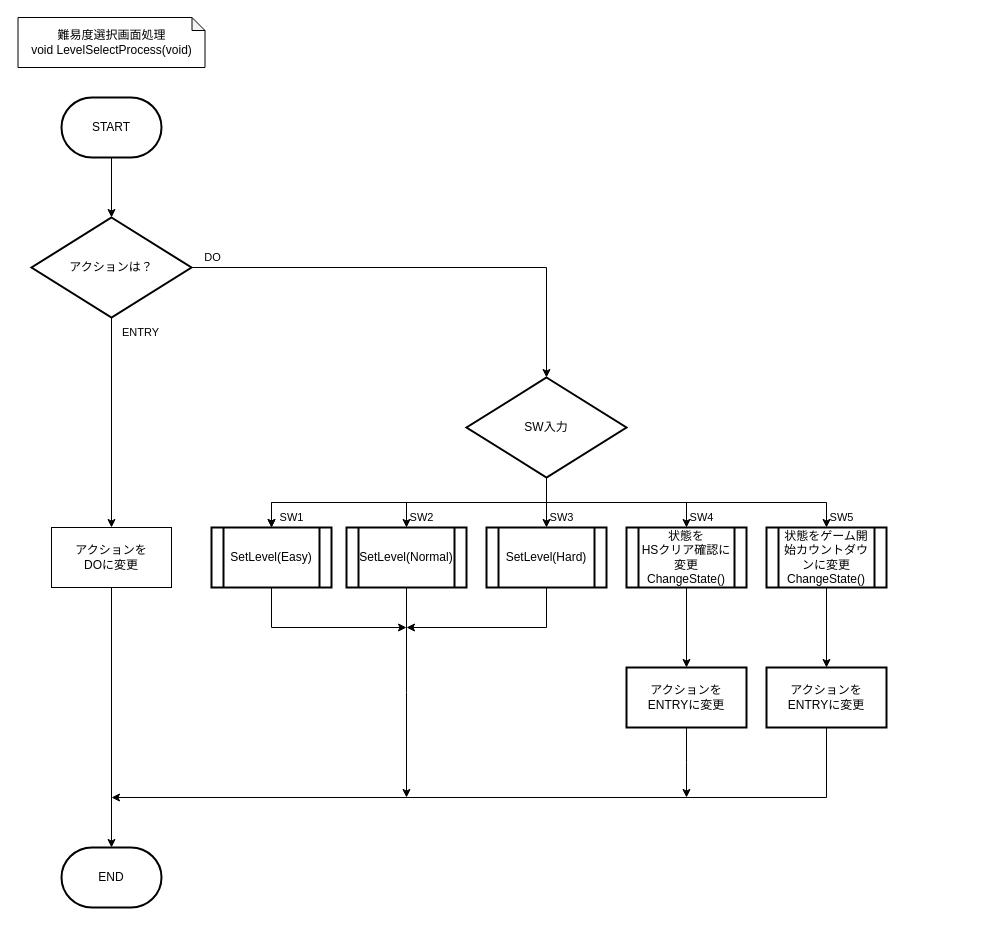
Above: page "難易度選択画面" (3 of 9) of 資料/設計書/フローチャート/モグラ叩き_フローチャート_ゲーム前.drawio in hakohumi/comp.train.whack-a-mole (draw.io), before the change. Source tidied: cells renumbered, new cells numbered last; positions are measured from the earlier drawing's top-left corner, leaving out a move shared by most shapes. Both pictures are drawn from the tidied source at 100%, with x=0, y=0 at pixel (18, 17).
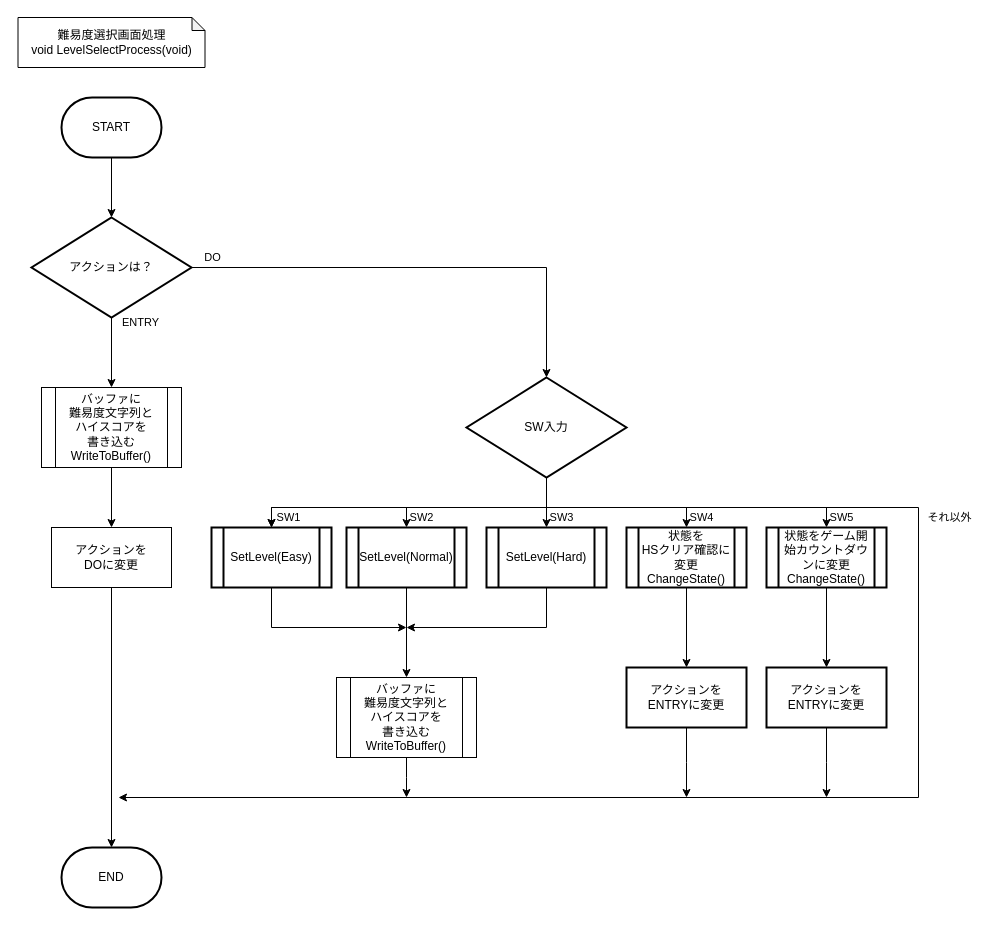
The same diagram, later.

The change refers to these unchanged cells:
```xml
<mxCell id="8" value="SW入力" style="strokeWidth=2;html=1;shape=mxgraph.flowchart.decision;whiteSpace=wrap;" parent="1" vertex="1">
  <mxGeometry x="448" y="360" width="160" height="100" as="geometry" />
</mxCell>
<mxCell id="10" value="SetLevel(Easy)" style="shape=process;whiteSpace=wrap;html=1;backgroundOutline=1;strokeWidth=2;" parent="1" vertex="1">
  <mxGeometry x="193" y="510" width="120" height="60" as="geometry" />
</mxCell>
<mxCell id="12" value="SetLevel(Normal)" style="shape=process;whiteSpace=wrap;html=1;backgroundOutline=1;strokeWidth=2;" parent="1" vertex="1">
  <mxGeometry x="328" y="510" width="120" height="60" as="geometry" />
</mxCell>
<mxCell id="16" value="状態を&lt;br&gt;HSクリア確認に変更&lt;br&gt;ChangeState()" style="shape=process;whiteSpace=wrap;html=1;backgroundOutline=1;strokeWidth=2;" parent="1" vertex="1">
  <mxGeometry x="608" y="510" width="120" height="60" as="geometry" />
</mxCell>
<mxCell id="18" value="状態をゲーム開始カウントダウンに変更&lt;br&gt;ChangeState()" style="shape=process;whiteSpace=wrap;html=1;backgroundOutline=1;strokeWidth=2;" parent="1" vertex="1">
  <mxGeometry x="748" y="510" width="120" height="60" as="geometry" />
</mxCell>
<mxCell id="23" value="アクションは？" style="strokeWidth=2;html=1;shape=mxgraph.flowchart.decision;whiteSpace=wrap;" parent="1" vertex="1">
  <mxGeometry x="13" y="200" width="160" height="100" as="geometry" />
</mxCell>
<mxCell id="26" value="アクションを&lt;br&gt;DOに変更" style="whiteSpace=wrap;html=1;" parent="1" vertex="1">
  <mxGeometry x="33" y="510" width="120" height="60" as="geometry" />
</mxCell>
<mxCell id="30" value="アクションを&lt;br&gt;ENTRYに変更" style="whiteSpace=wrap;html=1;strokeWidth=2;" parent="1" vertex="1">
  <mxGeometry x="748" y="650" width="120" height="60" as="geometry" />
</mxCell>
```

Diff of the diagram source:
```diff
@@
     <mxCell id="2" style="edgeStyle=orthogonalEdgeStyle;rounded=0;jettySize=auto;html=1;exitX=0.5;exitY=1;exitDx=0;exitDy=0;exitPerimeter=0;" parent="1" edge="1" source="8" target="10">
-      <mxGeometry relative="1" as="geometry" />
+      <mxGeometry relative="1" as="geometry">
+        <Array as="points">
+          <mxPoint x="528" y="490" />
+          <mxPoint x="253" y="490" />
+        </Array>
+      </mxGeometry>
     </mxCell>
     <mxCell id="3" value="SW1" style="edgeStyle=orthogonalEdgeStyle;rounded=0;jettySize=auto;html=1;exitX=0.5;exitY=1;exitDx=0;exitDy=0;exitPerimeter=0;" parent="1" edge="1" source="8" target="10">
-      <mxGeometry x="0.72" y="15" relative="1" as="geometry" />
+      <mxGeometry x="0.77" y="10" relative="1" as="geometry">
+        <Array as="points">
+          <mxPoint x="528" y="490" />
+          <mxPoint x="253" y="490" />
+        </Array>
+      </mxGeometry>
     </mxCell>
     <mxCell id="4" value="SW2" style="edgeStyle=orthogonalEdgeStyle;rounded=0;jettySize=auto;html=1;exitX=0.5;exitY=1;exitDx=0;exitDy=0;exitPerimeter=0;entryX=0.5;entryY=0;entryDx=0;entryDy=0;" parent="1" edge="1" source="8" target="12">
-      <mxGeometry x="0.89" y="15" relative="1" as="geometry" />
+      <mxGeometry x="0.89" y="15" relative="1" as="geometry">
+        <Array as="points">
+          <mxPoint x="528" y="490" />
+          <mxPoint x="388" y="490" />
+        </Array>
+      </mxGeometry>
     </mxCell>
@@
     <mxCell id="6" value="SW4" style="edgeStyle=orthogonalEdgeStyle;rounded=0;jettySize=auto;html=1;exitX=0.5;exitY=1;exitDx=0;exitDy=0;exitPerimeter=0;entryX=0.5;entryY=0;entryDx=0;entryDy=0;" parent="1" edge="1" source="8" target="16">
-      <mxGeometry x="0.89" y="15" relative="1" as="geometry" />
+      <mxGeometry x="0.89" y="15" relative="1" as="geometry">
+        <Array as="points">
+          <mxPoint x="528" y="490" />
+          <mxPoint x="668" y="490" />
+        </Array>
+      </mxGeometry>
     </mxCell>
     <mxCell id="7" value="SW5" style="edgeStyle=orthogonalEdgeStyle;rounded=0;jettySize=auto;html=1;exitX=0.5;exitY=1;exitDx=0;exitDy=0;exitPerimeter=0;entryX=0.5;entryY=0;entryDx=0;entryDy=0;" parent="1" edge="1" source="8" target="18">
-      <mxGeometry x="0.94" y="15" relative="1" as="geometry" />
+      <mxGeometry x="0.94" y="15" relative="1" as="geometry">
+        <Array as="points">
+          <mxPoint x="528" y="490" />
+          <mxPoint x="808" y="490" />
+        </Array>
+      </mxGeometry>
     </mxCell>
+    <mxCell id="32" style="edgeStyle=orthogonalEdgeStyle;rounded=0;jettySize=auto;html=1;" parent="1" edge="1" source="8">
+      <mxGeometry relative="1" as="geometry">
+        <mxPoint x="100" y="780" as="targetPoint" />
+        <Array as="points">
+          <mxPoint x="528" y="490" />
+          <mxPoint x="900" y="490" />
+          <mxPoint x="900" y="780" />
+        </Array>
+      </mxGeometry>
+    </mxCell>
+    <mxCell id="33" value="それ以外" style="edgeLabel;html=1;align=center;verticalAlign=middle;" parent="32" vertex="1">
+      <mxGeometry x="-0.42" relative="1" as="geometry">
+        <mxPoint x="30" y="-21.1" as="offset" />
+      </mxGeometry>
+    </mxCell>
@@
-    <mxCell id="11" style="edgeStyle=orthogonalEdgeStyle;rounded=0;jettySize=auto;html=1;exitX=0.5;exitY=1;exitDx=0;exitDy=0;" parent="1" edge="1" source="12">
+    <mxCell id="11" style="edgeStyle=orthogonalEdgeStyle;rounded=0;jettySize=auto;html=1;exitX=0.5;exitY=1;exitDx=0;exitDy=0;" parent="1" edge="1" source="37">
       <mxGeometry relative="1" as="geometry">
         <mxPoint x="388" y="780" as="targetPoint" />
       </mxGeometry>
     </mxCell>
@@
-    <mxCell id="24" value="ENTRY" style="edgeStyle=orthogonalEdgeStyle;rounded=0;jettySize=auto;html=1;entryX=0.5;entryY=0;entryDx=0;entryDy=0;" parent="1" edge="1" source="23" target="26">
+    <mxCell id="24" value="ENTRY" style="edgeStyle=orthogonalEdgeStyle;rounded=0;jettySize=auto;html=1;entryX=0.5;entryY=0;entryDx=0;entryDy=0;" parent="1" edge="1" source="23" target="36">
       <mxGeometry x="-0.86" y="29" relative="1" as="geometry" />
     </mxCell>
@@
-    <mxCell id="29" style="edgeStyle=orthogonalEdgeStyle;rounded=0;jettySize=auto;html=1;exitX=0.5;exitY=1;exitDx=0;exitDy=0;" parent="1" edge="1" source="30">
-      <mxGeometry relative="1" as="geometry">
-        <mxPoint x="93" y="780" as="targetPoint" />
-        <Array as="points">
-          <mxPoint x="808" y="780" />
-          <mxPoint x="93" y="780" />
-        </Array>
-      </mxGeometry>
-    </mxCell>
+    <mxCell id="34" style="edgeStyle=orthogonalEdgeStyle;rounded=0;jettySize=auto;html=1;" parent="1" edge="1" source="30">
+      <mxGeometry relative="1" as="geometry">
+        <mxPoint x="808" y="780" as="targetPoint" />
+      </mxGeometry>
+    </mxCell>
@@
+    <mxCell id="35" style="edgeStyle=orthogonalEdgeStyle;rounded=0;jettySize=auto;html=1;" parent="1" edge="1" source="36" target="26">
+      <mxGeometry relative="1" as="geometry" />
+    </mxCell>
+    <mxCell id="36" value="バッファに&lt;br&gt;難易度文字列と&lt;br&gt;ハイスコアを&lt;br&gt;書き込む&lt;br&gt;WriteToBuffer()" style="shape=process;whiteSpace=wrap;html=1;backgroundOutline=1;" parent="1" vertex="1">
+      <mxGeometry x="23" y="370" width="140" height="80" as="geometry" />
+    </mxCell>
+    <mxCell id="37" value="バッファに&lt;br&gt;難易度文字列と&lt;br&gt;ハイスコアを&lt;br&gt;書き込む&lt;br&gt;WriteToBuffer()" style="shape=process;whiteSpace=wrap;html=1;backgroundOutline=1;" parent="1" vertex="1">
+      <mxGeometry x="318" y="660" width="140" height="80" as="geometry" />
+    </mxCell>
+    <mxCell id="38" style="edgeStyle=orthogonalEdgeStyle;rounded=0;jettySize=auto;html=1;exitX=0.5;exitY=1;exitDx=0;exitDy=0;" parent="1" edge="1" source="12" target="37">
+      <mxGeometry relative="1" as="geometry" />
+    </mxCell>
```
